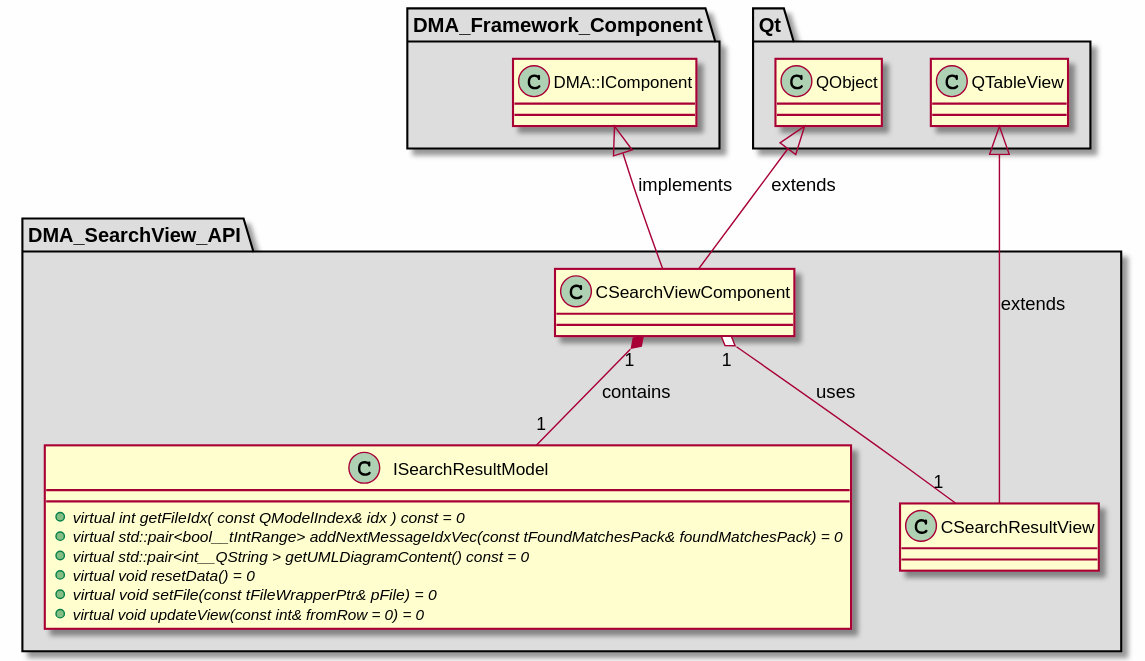
The PlantUML diagram md/dev_docs/puml/DMA_SearchView_API_standalone.svg in svlad-90/DLT-Message-Analyzer, before a commit.
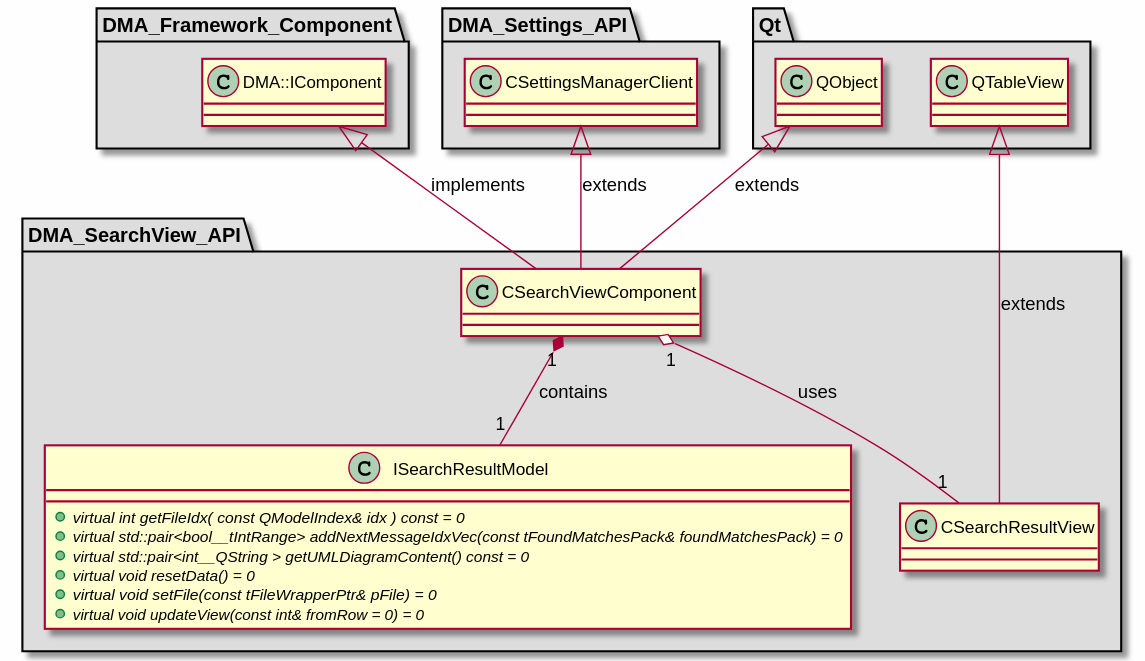
After the commit.

What changed in the source:
```diff
@@ -34,6 +34,15 @@
 
 }
 
+package "DMA_Settings_API" #DDDDDD
+{
+
+class "CSettingsManagerClient"
+{
+}
+
+}
+
 package "Qt" #DDDDDD
 {
 
@@ -48,6 +57,7 @@
 }
 
 QTableView <|-- CSearchResultView : extends
+CSettingsManagerClient <|-- CSearchViewComponent : extends
 DMA::IComponent <|-- CSearchViewComponent : implements
 QObject <|-- CSearchViewComponent : extends
 
```
